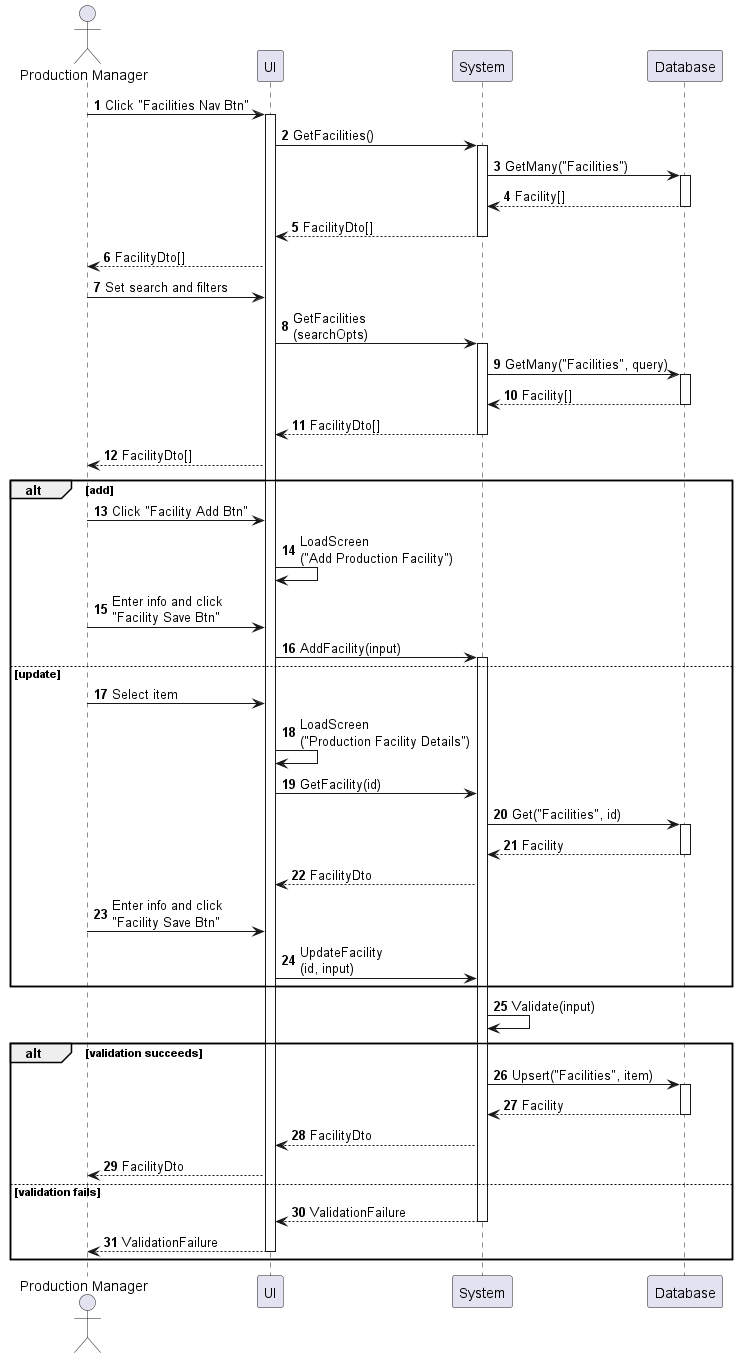
This is sequences/production-facility-enter.png from phihungha/scmss-reqs, a PlantUML export, as it was before one commit.
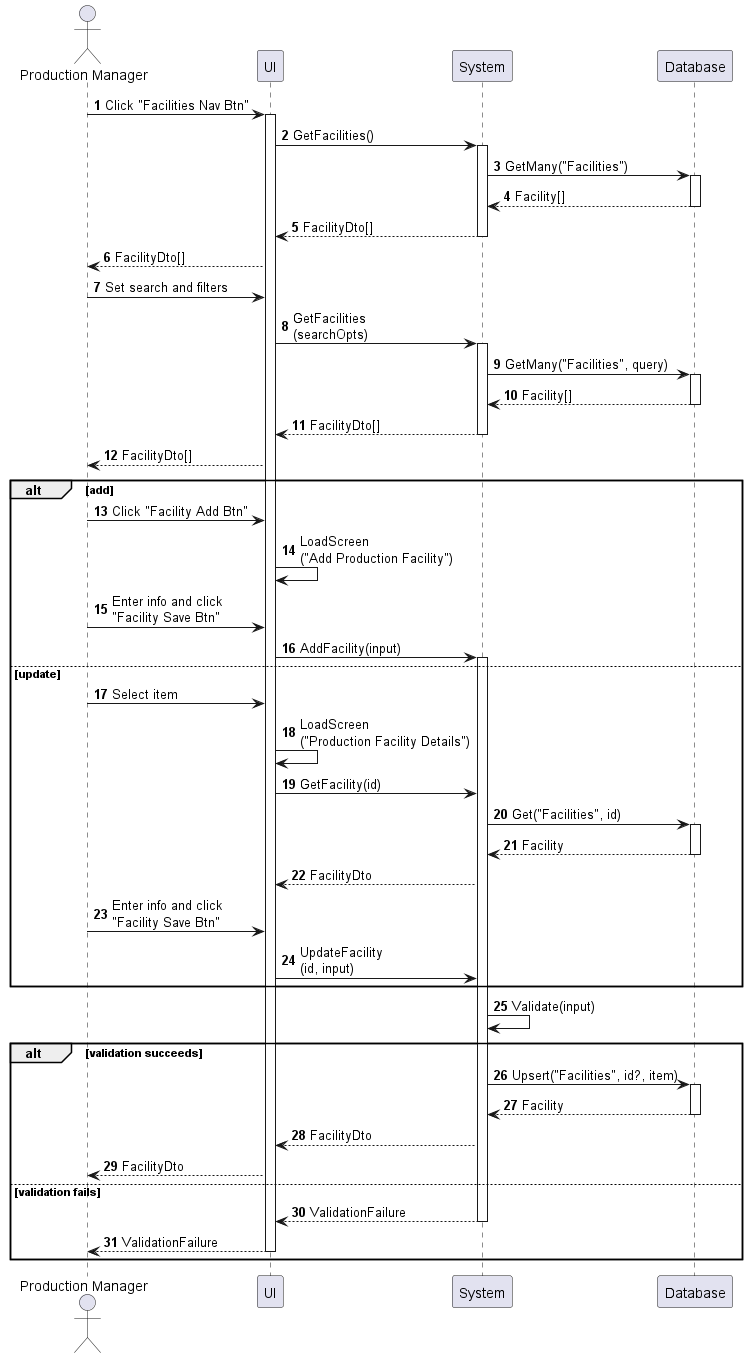
After the commit.

The edit, as a diff of the source:
```diff
@@ -45,7 +45,7 @@
 b -> b : Validate(input)
 
 alt validation succeeds
-    b -> d : Upsert("Facilities", item)
+    b -> d : Upsert("Facilities", id?, item)
     activate d
     return Facility
     b --> f : FacilityDto
```
